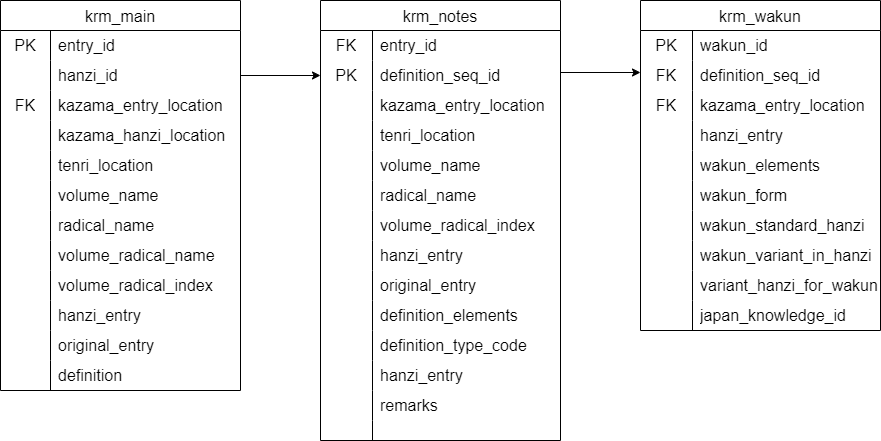
Above: images/krmer.drawio.png in shikeda/HDIC (draw.io), before the change. Source tidied: cells renumbered, new cells last; positions are measured from the earlier drawing's top-left corner, leaving out a move shared by most shapes.
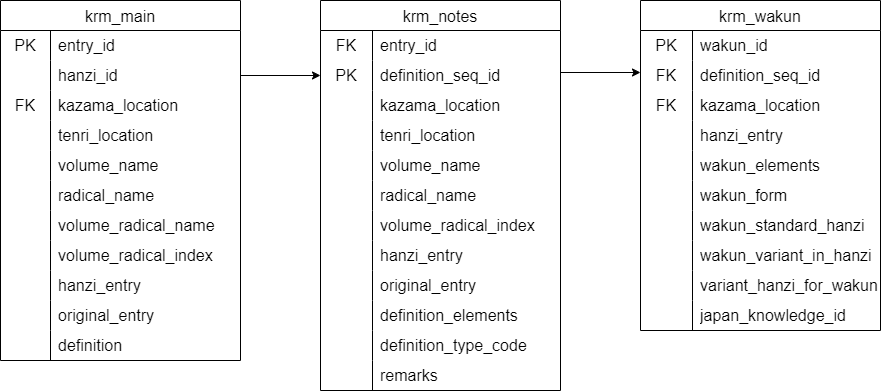
After the commit.

What changed in the source:
```diff
@@ -3,7 +3,7 @@
     <mxCell id="0" />
     <mxCell id="1" parent="0" />
     <mxCell id="2" value="krm_main" style="shape=table;startSize=30;rowLines=0;fontStyle=0;strokeColor=default;fontSize=16;" parent="1" vertex="1">
-      <mxGeometry width="240" height="390" as="geometry" />
+      <mxGeometry width="240" height="360" as="geometry" />
     </mxCell>
     <mxCell id="3" style="shape=tableRow;horizontal=0;startSize=0;swimlaneHead=0;swimlaneBody=0;top=0;left=0;bottom=0;right=0;fillColor=none;strokeColor=inherit;fontSize=16;" parent="2" vertex="1">
       <mxGeometry y="30" width="240" height="30" as="geometry" />
@@ -29,20 +29,11 @@
     <mxCell id="10" value="FK" style="shape=partialRectangle;html=1;whiteSpace=wrap;fillColor=none;top=0;left=0;bottom=0;right=0;overflow=hidden;strokeColor=inherit;fontSize=16;" parent="9" vertex="1">
       <mxGeometry width="50" height="30" as="geometry" />
     </mxCell>
-    <mxCell id="11" value="kazama_entry_location" style="shape=partialRectangle;html=1;whiteSpace=wrap;fillColor=none;top=0;left=0;bottom=0;right=0;align=left;spacingLeft=6;overflow=hidden;strokeColor=inherit;fontSize=16;" parent="9" vertex="1">
+    <mxCell id="11" value="kazama_location" style="shape=partialRectangle;html=1;whiteSpace=wrap;fillColor=none;top=0;left=0;bottom=0;right=0;align=left;spacingLeft=6;overflow=hidden;strokeColor=inherit;fontSize=16;" parent="9" vertex="1">
       <mxGeometry x="50" width="190" height="30" as="geometry" />
     </mxCell>
-    <mxCell id="12" style="shape=tableRow;horizontal=0;startSize=0;swimlaneHead=0;swimlaneBody=0;top=0;left=0;bottom=0;right=0;fillColor=none;strokeColor=inherit;fontSize=16;" parent="2" vertex="1">
-      <mxGeometry y="120" width="240" height="30" as="geometry" />
-    </mxCell>
-    <mxCell id="13" style="shape=partialRectangle;html=1;whiteSpace=wrap;fillColor=none;top=0;left=0;bottom=0;right=0;overflow=hidden;strokeColor=inherit;fontSize=16;" parent="12" vertex="1">
-      <mxGeometry width="50" height="30" as="geometry" />
-    </mxCell>
-    <mxCell id="14" value="kazama_hanzi_location" style="shape=partialRectangle;html=1;whiteSpace=wrap;fillColor=none;top=0;left=0;bottom=0;right=0;align=left;spacingLeft=6;overflow=hidden;strokeColor=inherit;fontSize=16;" parent="12" vertex="1">
-      <mxGeometry x="50" width="190" height="30" as="geometry" />
-    </mxCell>
     <mxCell id="15" style="shape=tableRow;horizontal=0;startSize=0;swimlaneHead=0;swimlaneBody=0;top=0;left=0;bottom=0;right=0;fillColor=none;strokeColor=inherit;fontSize=16;" parent="2" vertex="1">
-      <mxGeometry y="150" width="240" height="30" as="geometry" />
+      <mxGeometry y="120" width="240" height="30" as="geometry" />
     </mxCell>
     <mxCell id="16" style="shape=partialRectangle;html=1;whiteSpace=wrap;fillColor=none;top=0;left=0;bottom=0;right=0;overflow=hidden;strokeColor=inherit;fontSize=16;" parent="15" vertex="1">
       <mxGeometry width="50" height="30" as="geometry" />
@@ -51,7 +42,7 @@
       <mxGeometry x="50" width="190" height="30" as="geometry" />
     </mxCell>
     <mxCell id="18" style="shape=tableRow;horizontal=0;startSize=0;swimlaneHead=0;swimlaneBody=0;top=0;left=0;bottom=0;right=0;fillColor=none;strokeColor=inherit;fontSize=16;" parent="2" vertex="1">
-      <mxGeometry y="180" width="240" height="30" as="geometry" />
+      <mxGeometry y="150" width="240" height="30" as="geometry" />
     </mxCell>
     <mxCell id="19" style="shape=partialRectangle;html=1;whiteSpace=wrap;fillColor=none;top=0;left=0;bottom=0;right=0;overflow=hidden;strokeColor=inherit;fontSize=16;" parent="18" vertex="1">
       <mxGeometry width="50" height="30" as="geometry" />
@@ -60,7 +51,7 @@
       <mxGeometry x="50" width="190" height="30" as="geometry" />
     </mxCell>
     <mxCell id="21" style="shape=tableRow;horizontal=0;startSize=0;swimlaneHead=0;swimlaneBody=0;top=0;left=0;bottom=0;right=0;fillColor=none;strokeColor=inherit;fontSize=16;" parent="2" vertex="1">
-      <mxGeometry y="210" width="240" height="30" as="geometry" />
+      <mxGeometry y="180" width="240" height="30" as="geometry" />
     </mxCell>
     <mxCell id="22" style="shape=partialRectangle;html=1;whiteSpace=wrap;fillColor=none;top=0;left=0;bottom=0;right=0;overflow=hidden;strokeColor=inherit;fontSize=16;" parent="21" vertex="1">
       <mxGeometry width="50" height="30" as="geometry" />
@@ -69,7 +60,7 @@
       <mxGeometry x="50" width="190" height="30" as="geometry" />
     </mxCell>
     <mxCell id="24" style="shape=tableRow;horizontal=0;startSize=0;swimlaneHead=0;swimlaneBody=0;top=0;left=0;bottom=0;right=0;fillColor=none;strokeColor=inherit;fontSize=16;" parent="2" vertex="1">
-      <mxGeometry y="240" width="240" height="30" as="geometry" />
+      <mxGeometry y="210" width="240" height="30" as="geometry" />
     </mxCell>
     <mxCell id="25" style="shape=partialRectangle;html=1;whiteSpace=wrap;fillColor=none;top=0;left=0;bottom=0;right=0;overflow=hidden;strokeColor=inherit;fontSize=16;" parent="24" vertex="1">
       <mxGeometry width="50" height="30" as="geometry" />
@@ -78,7 +69,7 @@
       <mxGeometry x="50" width="190" height="30" as="geometry" />
     </mxCell>
     <mxCell id="27" style="shape=tableRow;horizontal=0;startSize=0;swimlaneHead=0;swimlaneBody=0;top=0;left=0;bottom=0;right=0;fillColor=none;strokeColor=inherit;fontSize=16;" parent="2" vertex="1">
-      <mxGeometry y="270" width="240" height="30" as="geometry" />
+      <mxGeometry y="240" width="240" height="30" as="geometry" />
     </mxCell>
     <mxCell id="28" style="shape=partialRectangle;html=1;whiteSpace=wrap;fillColor=none;top=0;left=0;bottom=0;right=0;overflow=hidden;strokeColor=inherit;fontSize=16;" parent="27" vertex="1">
       <mxGeometry width="50" height="30" as="geometry" />
@@ -87,7 +78,7 @@
       <mxGeometry x="50" width="190" height="30" as="geometry" />
     </mxCell>
     <mxCell id="30" style="shape=tableRow;horizontal=0;startSize=0;swimlaneHead=0;swimlaneBody=0;top=0;left=0;bottom=0;right=0;fillColor=none;strokeColor=inherit;fontSize=16;" parent="2" vertex="1">
-      <mxGeometry y="300" width="240" height="30" as="geometry" />
+      <mxGeometry y="270" width="240" height="30" as="geometry" />
     </mxCell>
     <mxCell id="31" style="shape=partialRectangle;html=1;whiteSpace=wrap;fillColor=none;top=0;left=0;bottom=0;right=0;overflow=hidden;strokeColor=inherit;fontSize=16;" parent="30" vertex="1">
       <mxGeometry width="50" height="30" as="geometry" />
@@ -96,7 +87,7 @@
       <mxGeometry x="50" width="190" height="30" as="geometry" />
     </mxCell>
     <mxCell id="33" style="shape=tableRow;horizontal=0;startSize=0;swimlaneHead=0;swimlaneBody=0;top=0;left=0;bottom=0;right=0;fillColor=none;strokeColor=inherit;fontSize=16;" parent="2" vertex="1">
-      <mxGeometry y="330" width="240" height="30" as="geometry" />
+      <mxGeometry y="300" width="240" height="30" as="geometry" />
     </mxCell>
     <mxCell id="34" style="shape=partialRectangle;html=1;whiteSpace=wrap;fillColor=none;top=0;left=0;bottom=0;right=0;overflow=hidden;strokeColor=inherit;fontSize=16;" parent="33" vertex="1">
       <mxGeometry width="50" height="30" as="geometry" />
@@ -105,7 +96,7 @@
       <mxGeometry x="50" width="190" height="30" as="geometry" />
     </mxCell>
     <mxCell id="36" style="shape=tableRow;horizontal=0;startSize=0;swimlaneHead=0;swimlaneBody=0;top=0;left=0;bottom=0;right=0;fillColor=none;strokeColor=inherit;fontSize=16;" parent="2" vertex="1">
-      <mxGeometry y="360" width="240" height="30" as="geometry" />
+      <mxGeometry y="330" width="240" height="30" as="geometry" />
     </mxCell>
     <mxCell id="37" style="shape=partialRectangle;html=1;whiteSpace=wrap;fillColor=none;top=0;left=0;bottom=0;right=0;overflow=hidden;strokeColor=inherit;fontSize=16;" parent="36" vertex="1">
       <mxGeometry width="50" height="30" as="geometry" />
@@ -114,7 +105,7 @@
       <mxGeometry x="50" width="190" height="30" as="geometry" />
     </mxCell>
     <mxCell id="39" value="krm_notes" style="shape=table;startSize=30;rowLines=0;fontStyle=0;strokeColor=default;fontSize=16;" parent="1" vertex="1">
-      <mxGeometry x="320" width="240" height="440" as="geometry" />
+      <mxGeometry x="320" width="240" height="390" as="geometry" />
     </mxCell>
     <mxCell id="40" style="shape=tableRow;horizontal=0;startSize=0;swimlaneHead=0;swimlaneBody=0;top=0;left=0;bottom=0;right=0;fillColor=none;strokeColor=inherit;fontSize=16;" parent="39" vertex="1">
       <mxGeometry y="30" width="240" height="30" as="geometry" />
@@ -140,7 +131,7 @@
     <mxCell id="47" style="shape=partialRectangle;html=1;whiteSpace=wrap;fillColor=none;top=0;left=0;bottom=0;right=0;overflow=hidden;strokeColor=inherit;fontSize=16;" parent="46" vertex="1">
       <mxGeometry width="52" height="30" as="geometry" />
     </mxCell>
-    <mxCell id="48" value="kazama_entry_location" style="shape=partialRectangle;html=1;whiteSpace=wrap;fillColor=none;top=0;left=0;bottom=0;right=0;align=left;spacingLeft=6;overflow=hidden;strokeColor=inherit;fontSize=16;" parent="46" vertex="1">
+    <mxCell id="48" value="kazama_location" style="shape=partialRectangle;html=1;whiteSpace=wrap;fillColor=none;top=0;left=0;bottom=0;right=0;align=left;spacingLeft=6;overflow=hidden;strokeColor=inherit;fontSize=16;" parent="46" vertex="1">
       <mxGeometry x="52" width="188" height="30" as="geometry" />
     </mxCell>
     <mxCell id="49" style="shape=tableRow;horizontal=0;startSize=0;swimlaneHead=0;swimlaneBody=0;top=0;left=0;bottom=0;right=0;fillColor=none;strokeColor=inherit;fontSize=16;" parent="39" vertex="1">
@@ -218,17 +209,8 @@
     <mxCell id="73" value="definition_type_code" style="shape=partialRectangle;html=1;whiteSpace=wrap;fillColor=none;top=0;left=0;bottom=0;right=0;align=left;spacingLeft=6;overflow=hidden;strokeColor=inherit;fontSize=16;" parent="71" vertex="1">
       <mxGeometry x="52" width="188" height="30" as="geometry" />
     </mxCell>
-    <mxCell id="74" style="shape=tableRow;horizontal=0;startSize=0;swimlaneHead=0;swimlaneBody=0;top=0;left=0;bottom=0;right=0;fillColor=none;strokeColor=inherit;fontSize=16;" parent="39" vertex="1">
-      <mxGeometry y="360" width="240" height="30" as="geometry" />
-    </mxCell>
-    <mxCell id="75" style="shape=partialRectangle;html=1;whiteSpace=wrap;fillColor=none;top=0;left=0;bottom=0;right=0;overflow=hidden;strokeColor=inherit;fontSize=16;" parent="74" vertex="1">
-      <mxGeometry width="52" height="30" as="geometry" />
-    </mxCell>
-    <mxCell id="76" value="hanzi_entry" style="shape=partialRectangle;html=1;whiteSpace=wrap;fillColor=none;top=0;left=0;bottom=0;right=0;align=left;spacingLeft=6;overflow=hidden;strokeColor=inherit;fontSize=16;" parent="74" vertex="1">
-      <mxGeometry x="52" width="188" height="30" as="geometry" />
-    </mxCell>
     <mxCell id="77" style="shape=tableRow;horizontal=0;startSize=0;swimlaneHead=0;swimlaneBody=0;top=0;left=0;bottom=0;right=0;fillColor=none;strokeColor=inherit;fontSize=16;" parent="39" vertex="1">
-      <mxGeometry y="390" width="240" height="30" as="geometry" />
+      <mxGeometry y="360" width="240" height="30" as="geometry" />
     </mxCell>
     <mxCell id="78" style="shape=partialRectangle;html=1;whiteSpace=wrap;fillColor=none;top=0;left=0;bottom=0;right=0;overflow=hidden;strokeColor=inherit;fontSize=16;" parent="77" vertex="1">
       <mxGeometry width="52" height="30" as="geometry" />
@@ -236,15 +218,6 @@
     <mxCell id="79" value="remarks" style="shape=partialRectangle;html=1;whiteSpace=wrap;fillColor=none;top=0;left=0;bottom=0;right=0;align=left;spacingLeft=6;overflow=hidden;strokeColor=inherit;fontSize=16;" parent="77" vertex="1">
       <mxGeometry x="52" width="188" height="30" as="geometry" />
     </mxCell>
-    <mxCell id="80" style="shape=tableRow;horizontal=0;startSize=0;swimlaneHead=0;swimlaneBody=0;top=0;left=0;bottom=0;right=0;fillColor=none;strokeColor=inherit;fontSize=16;" parent="39" vertex="1">
-      <mxGeometry y="420" width="240" height="20" as="geometry" />
-    </mxCell>
-    <mxCell id="81" style="shape=partialRectangle;html=1;whiteSpace=wrap;fillColor=none;top=0;left=0;bottom=0;right=0;overflow=hidden;strokeColor=inherit;fontSize=16;" parent="80" vertex="1">
-      <mxGeometry width="52" height="20" as="geometry" />
-    </mxCell>
-    <mxCell id="82" style="shape=partialRectangle;html=1;whiteSpace=wrap;fillColor=none;top=0;left=0;bottom=0;right=0;align=left;spacingLeft=6;overflow=hidden;strokeColor=inherit;fontSize=16;" parent="80" vertex="1">
-      <mxGeometry x="52" width="188" height="20" as="geometry" />
-    </mxCell>
     <mxCell id="83" value="krm_wakun" style="shape=table;startSize=30;rowLines=0;fontStyle=0;strokeColor=default;fontSize=16;" parent="1" vertex="1">
       <mxGeometry x="640" width="240" height="330" as="geometry" />
     </mxCell>
@@ -272,7 +245,7 @@
     <mxCell id="91" value="FK" style="shape=partialRectangle;html=1;whiteSpace=wrap;fillColor=none;top=0;left=0;bottom=0;right=0;overflow=hidden;strokeColor=inherit;fontSize=16;" parent="90" vertex="1">
       <mxGeometry width="52" height="30" as="geometry" />
     </mxCell>
-    <mxCell id="92" value="kazama_entry_location" style="shape=partialRectangle;html=1;whiteSpace=wrap;fillColor=none;top=0;left=0;bottom=0;right=0;align=left;spacingLeft=6;overflow=hidden;strokeColor=inherit;fontSize=16;" parent="90" vertex="1">
+    <mxCell id="92" value="kazama_location" style="shape=partialRectangle;html=1;whiteSpace=wrap;fillColor=none;top=0;left=0;bottom=0;right=0;align=left;spacingLeft=6;overflow=hidden;strokeColor=inherit;fontSize=16;" parent="90" vertex="1">
       <mxGeometry x="52" width="188" height="30" as="geometry" />
     </mxCell>
     <mxCell id="93" style="shape=tableRow;horizontal=0;startSize=0;swimlaneHead=0;swimlaneBody=0;top=0;left=0;bottom=0;right=0;fillColor=none;strokeColor=inherit;fontSize=16;" parent="83" vertex="1">
```
